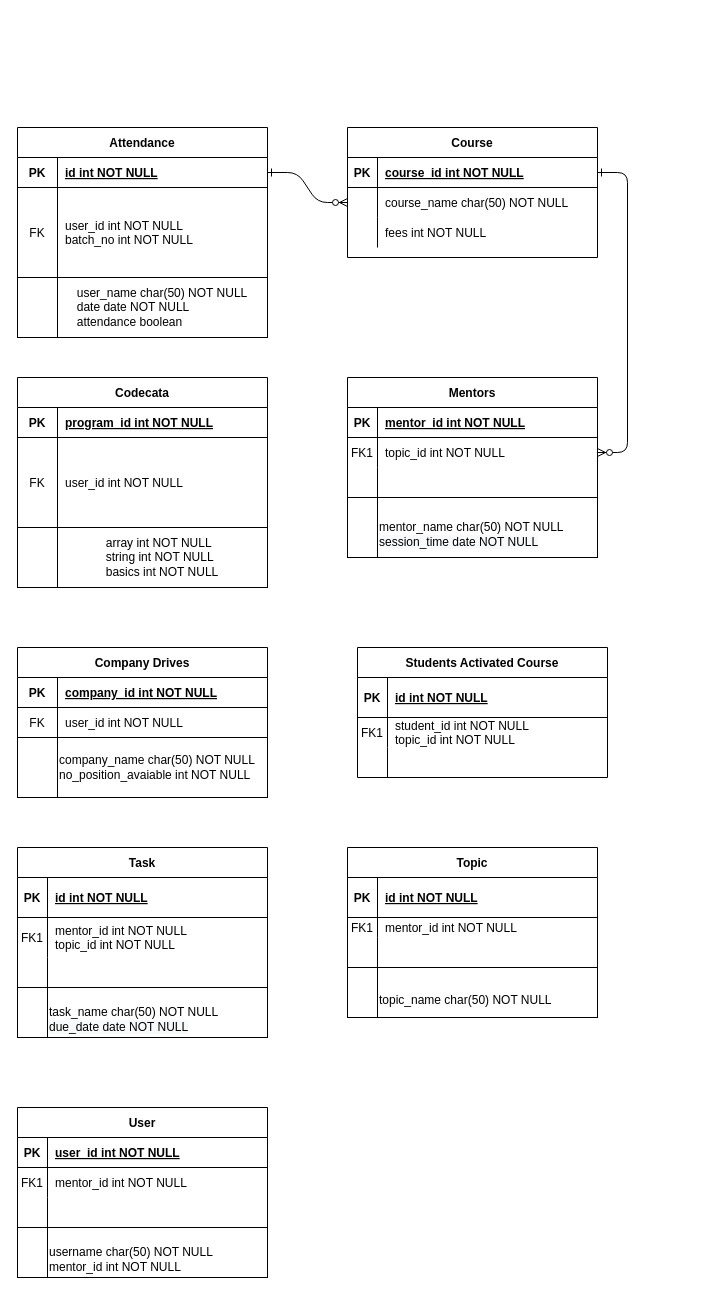
Before: Untitled Diagram.drawio in meghadhabali/sql, a draw.io diagram. Source tidied: cells renumbered, new cells numbered last; positions are measured from the earlier drawing's top-left corner, leaving out a move shared by most shapes. Both pictures are drawn from the tidied source at 100%, with x=0, y=0 at pixel (17, 127).
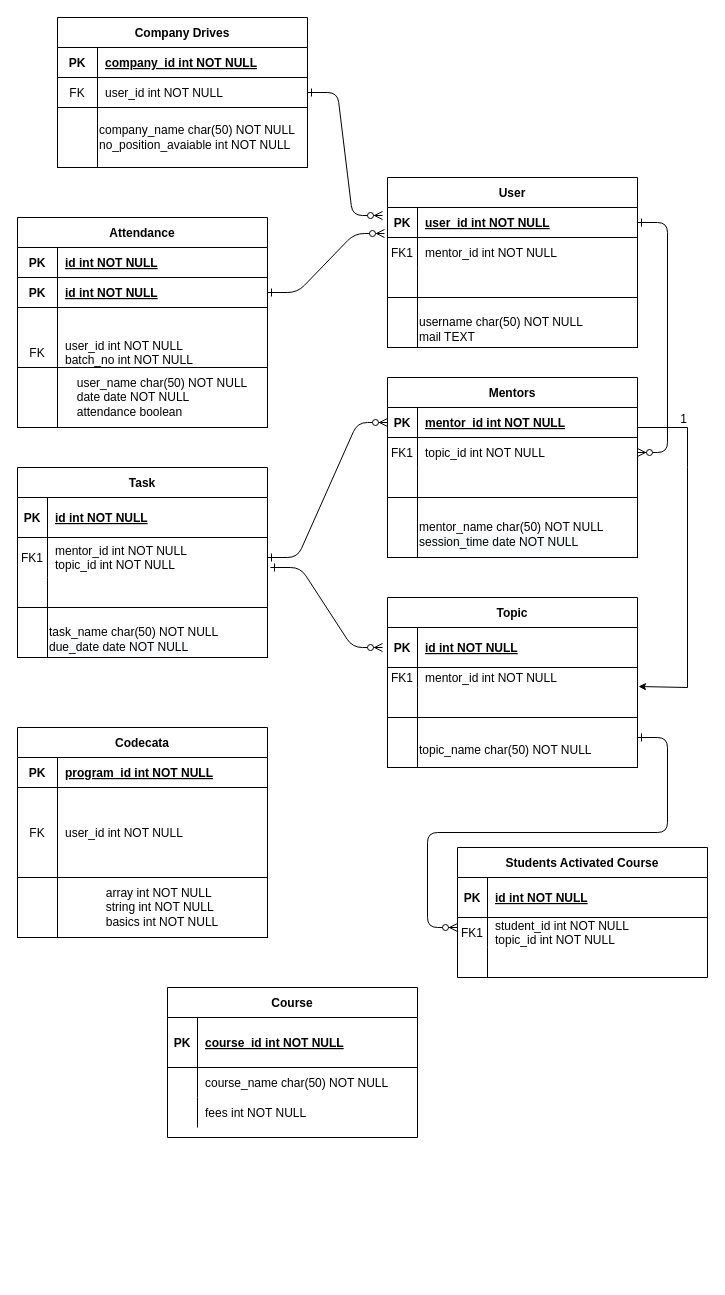
Above is the later version.

Unchanged cells that the change refers to:
```xml
<mxCell id="15" style="shape=partialRectangle;fillColor=none;points=[[0,0.5],[1,0.5]];portConstraint=eastwest;top=0;left=0;right=0;bottom=1;" parent="14" vertex="1">
  <mxGeometry y="30" width="250" height="30" as="geometry" />
</mxCell>
<mxCell id="18" style="shape=partialRectangle;fillColor=none;points=[[0,0.5],[1,0.5]];portConstraint=eastwest;top=0;left=0;right=0;bottom=0;" parent="14" vertex="1">
  <mxGeometry y="60" width="250" height="30" as="geometry" />
</mxCell>
<mxCell id="25" style="shape=partialRectangle;fillColor=none;points=[[0,0.5],[1,0.5]];portConstraint=eastwest;top=0;left=0;right=0;bottom=1;" parent="24" vertex="1">
  <mxGeometry y="30" width="250" height="30" as="geometry" />
</mxCell>
<mxCell id="67" style="shape=partialRectangle;fillColor=none;points=[[0,0.5],[1,0.5]];portConstraint=eastwest;top=0;left=0;right=0;bottom=0;" parent="63" vertex="1">
  <mxGeometry y="70" width="250" height="40" as="geometry" />
</mxCell>
<mxCell id="82" style="shape=partialRectangle;fillColor=none;points=[[0,0.5],[1,0.5]];portConstraint=eastwest;top=0;left=0;right=0;bottom=0;" parent="75" vertex="1">
  <mxGeometry y="90" width="250" height="30" as="geometry" />
</mxCell>
<mxCell id="88" style="shape=partialRectangle;fillColor=none;points=[[0,0.5],[1,0.5]];portConstraint=eastwest;top=0;left=0;right=0;bottom=1;" parent="87" vertex="1">
  <mxGeometry y="30" width="250" height="30" as="geometry" />
</mxCell>
```

What changed in the source:
```diff
@@
-    <mxCell id="2" style="edgeStyle=entityRelationEdgeStyle;endArrow=ERzeroToMany;startArrow=ERone;endFill=1;startFill=0;" parent="1" edge="1" source="25" target="8">
+    <mxCell id="2" style="edgeStyle=entityRelationEdgeStyle;endArrow=ERzeroToMany;startArrow=ERone;endFill=1;startFill=0;exitX=1;exitY=0.5;exitDx=0;exitDy=0;entryX=-0.012;entryY=0.867;entryDx=0;entryDy=0;entryPerimeter=0;" parent="1" edge="1" source="99" target="88">
       <mxGeometry relative="1" as="geometry" />
     </mxCell>
-    <mxCell id="3" style="edgeStyle=entityRelationEdgeStyle;endArrow=ERzeroToMany;startArrow=ERone;endFill=1;startFill=0;" parent="1" edge="1" source="5" target="18">
-      <mxGeometry relative="1" as="geometry" />
+    <mxCell id="3" style="edgeStyle=entityRelationEdgeStyle;endArrow=ERzeroToMany;startArrow=ERone;endFill=1;startFill=0;" parent="1" edge="1" target="18">
+      <mxGeometry relative="1" as="geometry">
+        <mxPoint x="620" y="95" as="sourcePoint" />
+      </mxGeometry>
     </mxCell>
-    <mxCell id="4" value="Course" style="shape=table;startSize=30;childLayout=tableLayout;rowLines=0;fontStyle=1;align=center;" parent="1" vertex="1">
-      <mxGeometry x="330" width="250" height="130" as="geometry" />
-    </mxCell>
-    <mxCell id="5" style="shape=partialRectangle;fillColor=none;points=[[0,0.5],[1,0.5]];portConstraint=eastwest;top=0;left=0;right=0;bottom=1;" parent="4" vertex="1">
-      <mxGeometry y="30" width="250" height="30" as="geometry" />
-    </mxCell>
-    <mxCell id="6" value="PK" style="shape=partialRectangle;overflow=hidden;fillColor=none;top=0;left=0;bottom=0;right=0;fontStyle=1;" parent="5" vertex="1">
-      <mxGeometry width="30" height="30" as="geometry" />
-    </mxCell>
-    <mxCell id="7" value="course_id int NOT NULL " style="shape=partialRectangle;overflow=hidden;fillColor=none;top=0;left=0;bottom=0;right=0;align=left;spacingLeft=6;fontStyle=5;" parent="5" vertex="1">
-      <mxGeometry x="30" width="220" height="30" as="geometry" />
-    </mxCell>
-    <mxCell id="8" style="shape=partialRectangle;fillColor=none;points=[[0,0.5],[1,0.5]];portConstraint=eastwest;top=0;left=0;right=0;bottom=0;" parent="4" vertex="1">
-      <mxGeometry y="60" width="250" height="30" as="geometry" />
-    </mxCell>
-    <mxCell id="9" style="shape=partialRectangle;overflow=hidden;fillColor=none;top=0;left=0;bottom=0;right=0;" parent="8" vertex="1">
-      <mxGeometry width="30" height="30" as="geometry" />
-    </mxCell>
-    <mxCell id="10" value="course_name char(50) NOT NULL" style="shape=partialRectangle;overflow=hidden;fillColor=none;top=0;left=0;bottom=0;right=0;align=left;spacingLeft=6;" parent="8" vertex="1">
-      <mxGeometry x="30" width="220" height="30" as="geometry" />
-    </mxCell>
-    <mxCell id="11" style="shape=partialRectangle;fillColor=none;top=0;left=0;right=0;bottom=0;" parent="4" vertex="1">
-      <mxGeometry y="90" width="250" height="30" as="geometry" />
-    </mxCell>
-    <mxCell id="12" style="shape=partialRectangle;overflow=hidden;fillColor=none;top=0;left=0;bottom=0;right=0;" parent="11" vertex="1">
-      <mxGeometry width="30" height="30" as="geometry" />
-    </mxCell>
-    <mxCell id="13" value="fees int NOT NULL" style="shape=partialRectangle;overflow=hidden;fillColor=none;top=0;left=0;bottom=0;right=0;align=left;spacingLeft=6;" parent="11" vertex="1">
-      <mxGeometry x="30" width="220" height="30" as="geometry" />
-    </mxCell>
     <mxCell id="14" value="Mentors" style="shape=table;startSize=30;childLayout=tableLayout;rowLines=0;fontStyle=1;align=center;" parent="1" vertex="1">
-      <mxGeometry x="330" y="250" width="250" height="120" as="geometry" />
+      <mxGeometry x="370" y="250" width="250" height="120" as="geometry" />
     </mxCell>
@@
     <mxCell id="24" value="Attendance" style="shape=table;startSize=30;childLayout=tableLayout;rowLines=0;fontStyle=1;align=center;" parent="1" vertex="1">
-      <mxGeometry width="250" height="150" as="geometry" />
+      <mxGeometry y="90" width="250" height="180" as="geometry" />
     </mxCell>
@@
+    <mxCell id="99" style="shape=partialRectangle;fillColor=none;points=[[0,0.5],[1,0.5]];portConstraint=eastwest;top=0;left=0;right=0;bottom=1;" parent="24" vertex="1">
+      <mxGeometry y="60" width="250" height="30" as="geometry" />
+    </mxCell>
+    <mxCell id="100" value="PK" style="shape=partialRectangle;overflow=hidden;fillColor=none;top=0;left=0;bottom=0;right=0;fontStyle=1;" parent="99" vertex="1">
+      <mxGeometry width="40" height="30" as="geometry" />
+    </mxCell>
+    <mxCell id="101" value="id int NOT NULL " style="shape=partialRectangle;overflow=hidden;fillColor=none;top=0;left=0;bottom=0;right=0;align=left;spacingLeft=6;fontStyle=5;" parent="99" vertex="1">
+      <mxGeometry x="40" width="210" height="30" as="geometry" />
+    </mxCell>
     <mxCell id="28" style="shape=partialRectangle;fillColor=none;top=0;left=0;right=0;bottom=0;" parent="24" vertex="1">
-      <mxGeometry y="60" width="250" height="90" as="geometry" />
+      <mxGeometry y="90" width="250" height="90" as="geometry" />
     </mxCell>
@@
     <mxCell id="31" value="&lt;div style=&quot;text-align: justify&quot;&gt;&lt;span style=&quot;text-align: left&quot;&gt;user_name char(50) NOT NULL&lt;/span&gt;&lt;/div&gt;&lt;span style=&quot;text-align: left&quot;&gt;&lt;div style=&quot;text-align: justify&quot;&gt;&lt;span&gt;date date NOT NULL&lt;/span&gt;&lt;/div&gt;&lt;/span&gt;&lt;span style=&quot;text-align: left&quot;&gt;&lt;div style=&quot;text-align: justify&quot;&gt;&lt;span&gt;attendance boolean&lt;/span&gt;&lt;/div&gt;&lt;/span&gt;" style="rounded=0;whiteSpace=wrap;html=1;" parent="1" vertex="1">
-      <mxGeometry x="40" y="150" width="210" height="60" as="geometry" />
+      <mxGeometry x="40" y="240" width="210" height="60" as="geometry" />
     </mxCell>
     <mxCell id="32" style="rounded=0;whiteSpace=wrap;html=1;" parent="1" vertex="1">
-      <mxGeometry y="150" width="40" height="60" as="geometry" />
+      <mxGeometry y="240" width="40" height="60" as="geometry" />
     </mxCell>
     <mxCell id="33" value="&lt;div style=&quot;text-align: justify&quot;&gt;&lt;span style=&quot;text-align: left&quot;&gt;array int NOT NULL&lt;/span&gt;&lt;/div&gt;&lt;span style=&quot;text-align: left&quot;&gt;&lt;div style=&quot;text-align: justify&quot;&gt;&lt;span&gt;string int NOT NULL&lt;/span&gt;&lt;/div&gt;&lt;div style=&quot;text-align: justify&quot;&gt;&lt;span style=&quot;text-align: center&quot;&gt;basics int NOT NULL&lt;/span&gt;&lt;/div&gt;&lt;/span&gt;" style="rounded=0;whiteSpace=wrap;html=1;" parent="1" vertex="1">
-      <mxGeometry x="40" y="400" width="210" height="60" as="geometry" />
+      <mxGeometry x="40" y="750" width="210" height="60" as="geometry" />
     </mxCell>
     <mxCell id="34" style="rounded=0;whiteSpace=wrap;html=1;" parent="1" vertex="1">
-      <mxGeometry y="400" width="40" height="60" as="geometry" />
+      <mxGeometry y="750" width="40" height="60" as="geometry" />
     </mxCell>
     <mxCell id="35" value="Codecata" style="shape=table;startSize=30;childLayout=tableLayout;rowLines=0;fontStyle=1;align=center;" parent="1" vertex="1">
-      <mxGeometry y="250" width="250" height="150" as="geometry" />
+      <mxGeometry y="600" width="250" height="150" as="geometry" />
     </mxCell>
@@
     <mxCell id="42" value="Company Drives" style="shape=table;startSize=30;childLayout=tableLayout;rowLines=0;fontStyle=1;align=center;" parent="1" vertex="1">
-      <mxGeometry y="520" width="250" height="90" as="geometry" />
+      <mxGeometry x="40" y="-110" width="250" height="90" as="geometry" />
     </mxCell>
@@
     <mxCell id="49" style="rounded=0;whiteSpace=wrap;html=1;strokeWidth=1;fillColor=none;align=left;" parent="1" vertex="1">
-      <mxGeometry y="610" width="40" height="60" as="geometry" />
+      <mxGeometry x="40" y="-20" width="40" height="60" as="geometry" />
     </mxCell>
     <mxCell id="50" value="&lt;div style=&quot;text-align: justify&quot;&gt;&lt;span style=&quot;text-align: left&quot;&gt;company_name char(50) NOT NULL&lt;/span&gt;&lt;/div&gt;&lt;span&gt;&lt;div style=&quot;text-align: justify&quot;&gt;no_position_avaiable int NOT NULL&lt;br&gt;&lt;/div&gt;&lt;/span&gt;&lt;span&gt;&lt;/span&gt;" style="rounded=0;whiteSpace=wrap;html=1;strokeWidth=1;fillColor=none;align=left;" parent="1" vertex="1">
-      <mxGeometry x="40" y="610" width="210" height="60" as="geometry" />
+      <mxGeometry x="80" y="-20" width="210" height="60" as="geometry" />
     </mxCell>
     <mxCell id="51" style="rounded=0;whiteSpace=wrap;html=1;strokeWidth=1;fillColor=none;align=left;" parent="1" vertex="1">
-      <mxGeometry x="330" y="370" width="30" height="60" as="geometry" />
+      <mxGeometry x="370" y="370" width="30" height="60" as="geometry" />
     </mxCell>
     <mxCell id="52" value="&lt;br&gt;&lt;span&gt;mentor_name char(50) NOT NULL&lt;/span&gt;&lt;br&gt;&lt;span style=&quot;color: rgb(0 , 0 , 0) ; font-family: &amp;#34;helvetica&amp;#34; ; font-size: 12px ; font-style: normal ; font-weight: 400 ; letter-spacing: normal ; text-align: left ; text-indent: 0px ; text-transform: none ; word-spacing: 0px ; background-color: rgb(248 , 249 , 250) ; display: inline ; float: none&quot;&gt;session_time date NOT NULL&lt;/span&gt;&lt;br&gt;" style="rounded=0;whiteSpace=wrap;html=1;strokeWidth=1;fillColor=none;align=left;" parent="1" vertex="1">
-      <mxGeometry x="360" y="370" width="220" height="60" as="geometry" />
+      <mxGeometry x="400" y="370" width="220" height="60" as="geometry" />
     </mxCell>
     <mxCell id="53" value="Students Activated Course" style="shape=table;startSize=30;childLayout=tableLayout;rowLines=0;fontStyle=1;align=center;" parent="1" vertex="1">
-      <mxGeometry x="340" y="520" width="250" height="130" as="geometry" />
+      <mxGeometry x="440" y="720" width="250" height="130" as="geometry" />
     </mxCell>
@@
     <mxCell id="63" value="Task" style="shape=table;startSize=30;childLayout=tableLayout;rowLines=0;fontStyle=1;align=center;" parent="1" vertex="1">
-      <mxGeometry y="720" width="250" height="140" as="geometry" />
+      <mxGeometry y="340" width="250" height="140" as="geometry" />
     </mxCell>
@@
     <mxCell id="73" style="rounded=0;whiteSpace=wrap;html=1;strokeWidth=1;fillColor=none;align=left;" parent="1" vertex="1">
-      <mxGeometry y="860" width="30" height="50" as="geometry" />
+      <mxGeometry y="480" width="30" height="50" as="geometry" />
     </mxCell>
     <mxCell id="74" value="&lt;br&gt;&lt;span&gt;task_name char(50) NOT NULL&lt;/span&gt;&lt;br&gt;&lt;span style=&quot;color: rgb(0 , 0 , 0) ; font-family: &amp;#34;helvetica&amp;#34; ; font-size: 12px ; font-style: normal ; font-weight: 400 ; letter-spacing: normal ; text-align: left ; text-indent: 0px ; text-transform: none ; word-spacing: 0px ; background-color: rgb(248 , 249 , 250) ; display: inline ; float: none&quot;&gt;due_date date NOT NULL&lt;/span&gt;" style="rounded=0;whiteSpace=wrap;html=1;strokeWidth=1;fillColor=none;align=left;" parent="1" vertex="1">
-      <mxGeometry x="30" y="860" width="220" height="50" as="geometry" />
+      <mxGeometry x="30" y="480" width="220" height="50" as="geometry" />
     </mxCell>
     <mxCell id="75" value="Topic" style="shape=table;startSize=30;childLayout=tableLayout;rowLines=0;fontStyle=1;align=center;" parent="1" vertex="1">
-      <mxGeometry x="330" y="720" width="250" height="120" as="geometry" />
+      <mxGeometry x="370" y="470" width="250" height="120" as="geometry" />
     </mxCell>
@@
     <mxCell id="85" value="&lt;br&gt;&lt;span&gt;topic_name char(50) NOT NULL&lt;/span&gt;&lt;br&gt;" style="rounded=0;whiteSpace=wrap;html=1;strokeWidth=1;fillColor=none;align=left;" parent="1" vertex="1">
-      <mxGeometry x="360" y="840" width="220" height="50" as="geometry" />
+      <mxGeometry x="400" y="590" width="220" height="50" as="geometry" />
     </mxCell>
     <mxCell id="86" style="rounded=0;whiteSpace=wrap;html=1;strokeWidth=1;fillColor=none;align=left;" parent="1" vertex="1">
-      <mxGeometry x="330" y="840" width="30" height="50" as="geometry" />
+      <mxGeometry x="370" y="590" width="30" height="50" as="geometry" />
     </mxCell>
     <mxCell id="87" value="User" style="shape=table;startSize=30;childLayout=tableLayout;rowLines=0;fontStyle=1;align=center;" parent="1" vertex="1">
-      <mxGeometry y="980" width="250" height="120" as="geometry" />
+      <mxGeometry x="370" y="50" width="250" height="120" as="geometry" />
     </mxCell>
@@
     <mxCell id="97" style="rounded=0;whiteSpace=wrap;html=1;strokeWidth=1;fillColor=none;align=left;" parent="1" vertex="1">
-      <mxGeometry y="1100" width="30" height="50" as="geometry" />
+      <mxGeometry x="370" y="170" width="30" height="50" as="geometry" />
     </mxCell>
-    <mxCell id="98" value="&lt;br&gt;&lt;span&gt;username char(50) NOT NULL&lt;/span&gt;&lt;br&gt;&lt;span&gt;mentor_id int NOT NULL&lt;/span&gt;" style="rounded=0;whiteSpace=wrap;html=1;strokeWidth=1;fillColor=none;align=left;" parent="1" vertex="1">
-      <mxGeometry x="30" y="1100" width="220" height="50" as="geometry" />
+    <mxCell id="98" value="&lt;br&gt;&lt;span&gt;username char(50) NOT NULL&lt;/span&gt;&lt;br&gt;&lt;span&gt;mail TEXT&lt;/span&gt;" style="rounded=0;whiteSpace=wrap;html=1;strokeWidth=1;fillColor=none;align=left;" parent="1" vertex="1">
+      <mxGeometry x="400" y="170" width="220" height="50" as="geometry" />
     </mxCell>
+    <mxCell id="4" value="Course" style="shape=table;startSize=30;childLayout=tableLayout;rowLines=0;fontStyle=1;align=center;" parent="1" vertex="1">
+      <mxGeometry x="150" y="860" width="250" height="150" as="geometry" />
+    </mxCell>
+    <mxCell id="102" style="shape=partialRectangle;fillColor=none;top=0;left=0;right=0;bottom=1;" parent="4" vertex="1">
+      <mxGeometry y="30" width="250" height="50" as="geometry" />
+    </mxCell>
+    <mxCell id="103" value="PK" style="shape=partialRectangle;overflow=hidden;fillColor=none;top=0;left=0;bottom=0;right=0;fontStyle=1;" parent="102" vertex="1">
+      <mxGeometry width="30" height="50" as="geometry" />
+    </mxCell>
+    <mxCell id="7" value="course_id int NOT NULL " style="shape=partialRectangle;overflow=hidden;fillColor=none;top=0;left=0;bottom=0;right=0;align=left;spacingLeft=6;fontStyle=5;" parent="102" vertex="1">
+      <mxGeometry x="30" width="220" height="50" as="geometry" />
+    </mxCell>
+    <mxCell id="104" style="shape=partialRectangle;fillColor=none;top=0;left=0;right=0;bottom=0;" parent="4" vertex="1">
+      <mxGeometry y="80" width="250" height="30" as="geometry" />
+    </mxCell>
+    <mxCell id="105" style="shape=partialRectangle;overflow=hidden;fillColor=none;top=0;left=0;bottom=0;right=0;" parent="104" vertex="1">
+      <mxGeometry width="30" height="30" as="geometry" />
+    </mxCell>
+    <mxCell id="10" value="course_name char(50) NOT NULL" style="shape=partialRectangle;overflow=hidden;fillColor=none;top=0;left=0;bottom=0;right=0;align=left;spacingLeft=6;" parent="104" vertex="1">
+      <mxGeometry x="30" width="220" height="30" as="geometry" />
+    </mxCell>
+    <mxCell id="106" style="shape=partialRectangle;fillColor=none;top=0;left=0;right=0;bottom=0;" parent="4" vertex="1">
+      <mxGeometry y="110" width="250" height="30" as="geometry" />
+    </mxCell>
+    <mxCell id="107" style="shape=partialRectangle;overflow=hidden;fillColor=none;top=0;left=0;bottom=0;right=0;" parent="106" vertex="1">
+      <mxGeometry width="30" height="30" as="geometry" />
+    </mxCell>
+    <mxCell id="13" value="fees int NOT NULL" style="shape=partialRectangle;overflow=hidden;fillColor=none;top=0;left=0;bottom=0;right=0;align=left;spacingLeft=6;" parent="106" vertex="1">
+      <mxGeometry x="30" width="220" height="30" as="geometry" />
+    </mxCell>
+    <mxCell id="108" style="endArrow=none;html=1;rounded=0;endSize=5;startSize=5;jumpSize=5;" parent="1" edge="1">
+      <mxGeometry relative="1" as="geometry">
+        <mxPoint x="620" y="300" as="sourcePoint" />
+        <mxPoint x="670" y="300" as="targetPoint" />
+        <Array as="points">
+          <mxPoint x="650" y="300" />
+        </Array>
+      </mxGeometry>
+    </mxCell>
+    <mxCell id="109" value="1" style="html=1;align=right;verticalAlign=bottom;strokeWidth=1;fillColor=none;" parent="108" vertex="1">
+      <mxGeometry x="1" relative="1" as="geometry" />
+    </mxCell>
+    <mxCell id="110" style="endArrow=none;html=1;rounded=0;startSize=5;endSize=5;jumpSize=5;" parent="1" edge="1">
+      <mxGeometry relative="1" as="geometry">
+        <mxPoint x="670" y="560" as="sourcePoint" />
+        <mxPoint x="670" y="300" as="targetPoint" />
+        <Array as="points">
+          <mxPoint x="670" y="340" />
+        </Array>
+      </mxGeometry>
+    </mxCell>
+    <mxCell id="111" style="endArrow=classic;html=1;rounded=0;startSize=5;endSize=5;jumpSize=5;entryX=1.004;entryY=-0.033;entryDx=0;entryDy=0;entryPerimeter=0;" parent="1" edge="1" target="82">
+      <mxGeometry relative="1" as="geometry">
+        <mxPoint x="670" y="560" as="sourcePoint" />
+      </mxGeometry>
+    </mxCell>
+    <mxCell id="112" style="edgeStyle=entityRelationEdgeStyle;endArrow=ERzeroToMany;startArrow=ERone;endFill=1;startFill=0;entryX=0;entryY=0.5;entryDx=0;entryDy=0;exitX=1;exitY=0.5;exitDx=0;exitDy=0;" parent="1" edge="1" source="67" target="15">
+      <mxGeometry relative="1" as="geometry" />
+    </mxCell>
+    <mxCell id="113" style="edgeStyle=entityRelationEdgeStyle;endArrow=ERzeroToMany;startArrow=ERone;endFill=1;startFill=0;exitX=1.012;exitY=0.75;exitDx=0;exitDy=0;exitPerimeter=0;" parent="1" edge="1" source="67">
+      <mxGeometry relative="1" as="geometry">
+        <mxPoint x="365" y="520" as="targetPoint" />
+      </mxGeometry>
+    </mxCell>
+    <mxCell id="114" style="edgeStyle=entityRelationEdgeStyle;endArrow=ERzeroToMany;startArrow=ERone;endFill=1;startFill=0;entryX=-0.02;entryY=0.267;entryDx=0;entryDy=0;entryPerimeter=0;" parent="1" edge="1" target="88">
+      <mxGeometry relative="1" as="geometry">
+        <mxPoint x="290" y="-35" as="sourcePoint" />
+      </mxGeometry>
+    </mxCell>
+    <mxCell id="115" style="edgeStyle=entityRelationEdgeStyle;endArrow=ERzeroToMany;startArrow=ERone;endFill=1;startFill=0;" parent="1" edge="1">
+      <mxGeometry relative="1" as="geometry">
+        <mxPoint x="620" y="610" as="sourcePoint" />
+        <mxPoint x="440" y="800" as="targetPoint" />
+      </mxGeometry>
+    </mxCell>
```
